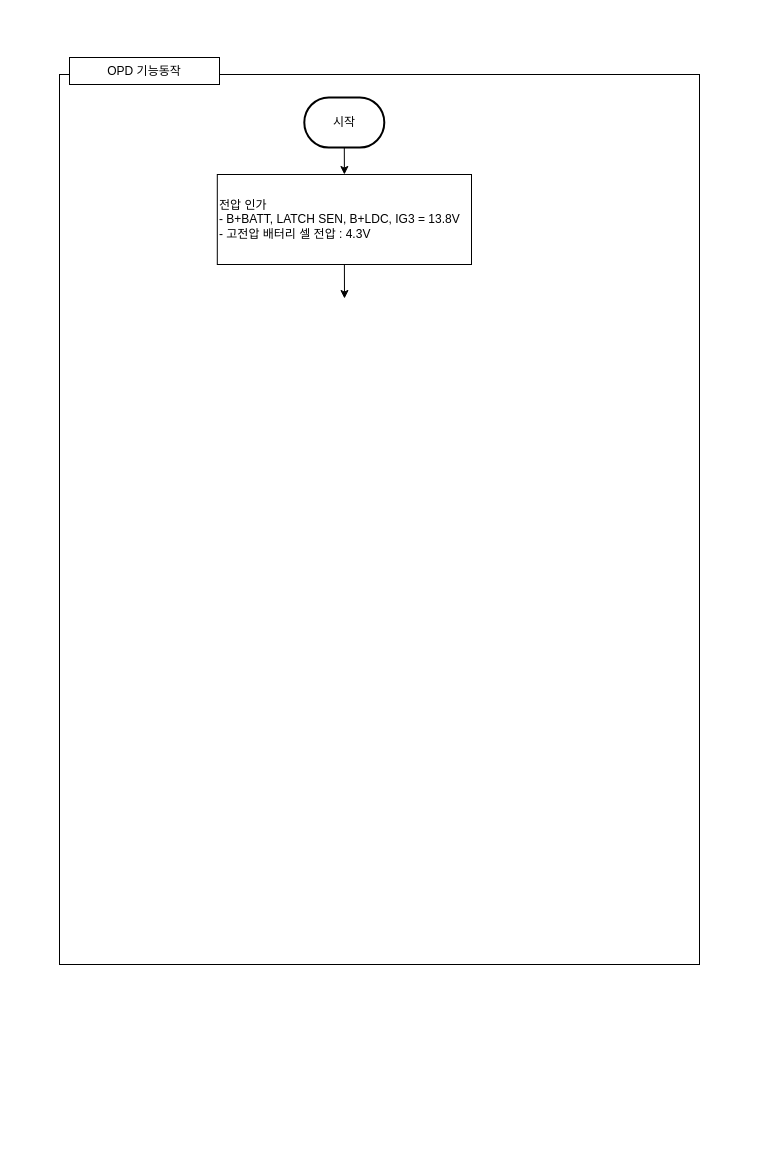
Above: OPD 기능동작.drawio in chaeyoonl/state-transition-diagram-test (draw.io), before the change. Source tidied: cells renumbered, new cells numbered last; positions are measured from the earlier drawing's top-left corner, leaving out a move shared by most shapes. Both pictures are drawn from the tidied source at 100%, with x=0, y=0 at pixel (59, 57).
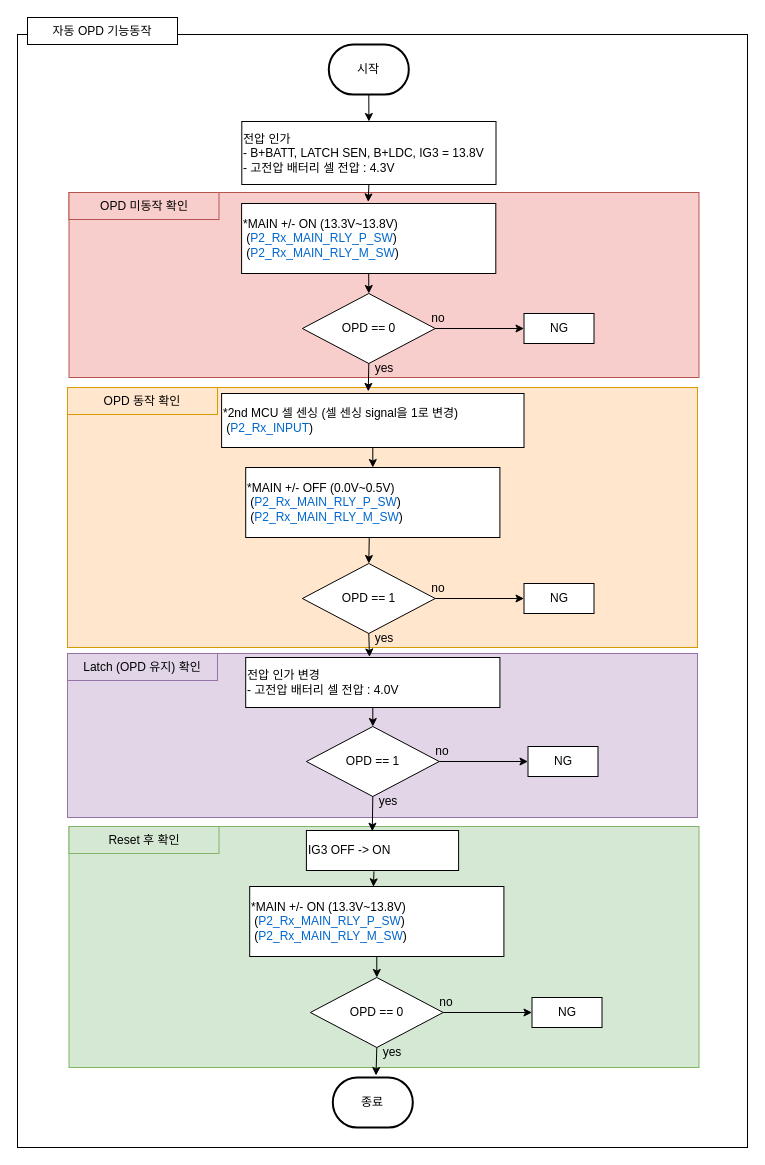
Above is the later version.

Commit message:
OPD 기능동작.drawio 업데이트

Change to the diagram source:
```diff
@@
     <mxCell id="2" style="rounded=0;whiteSpace=wrap;html=1;align=left;" parent="1" vertex="1">
-      <mxGeometry y="17" width="640" height="890" as="geometry" />
+      <mxGeometry x="-42" y="-23" width="730" height="1113" as="geometry" />
     </mxCell>
+    <mxCell id="7" value="자동 OPD 기능동작" style="rounded=0;whiteSpace=wrap;html=1;align=center;" parent="1" vertex="1">
+      <mxGeometry x="-32" y="-40" width="150" height="27" as="geometry" />
+    </mxCell>
+    <mxCell id="8" style="rounded=0;whiteSpace=wrap;html=1;align=left;fillColor=#ffe6cc;strokeColor=#d79b00;" parent="1" vertex="1">
+      <mxGeometry x="8" y="330" width="630" height="260" as="geometry" />
+    </mxCell>
+    <mxCell id="9" value="OPD 동작 확인" style="rounded=0;whiteSpace=wrap;html=1;align=center;fillColor=#ffe6cc;strokeColor=#d79b00;" parent="1" vertex="1">
+      <mxGeometry x="8" y="330" width="150" height="27" as="geometry" />
+    </mxCell>
+    <mxCell id="10" style="rounded=0;whiteSpace=wrap;html=1;align=left;fillColor=#f8cecc;strokeColor=#b85450;" parent="1" vertex="1">
+      <mxGeometry x="9.5" y="135" width="630" height="185" as="geometry" />
+    </mxCell>
+    <mxCell id="11" value="OPD 미동작 확인" style="rounded=0;whiteSpace=wrap;html=1;align=center;fillColor=#f8cecc;strokeColor=#b85450;" parent="1" vertex="1">
+      <mxGeometry x="9.5" y="135" width="150" height="27" as="geometry" />
+    </mxCell>
+    <mxCell id="12" style="rounded=0;whiteSpace=wrap;html=1;align=left;fillColor=#e1d5e7;strokeColor=#9673a6;" parent="1" vertex="1">
+      <mxGeometry x="8" y="596" width="630" height="164" as="geometry" />
+    </mxCell>
+    <mxCell id="13" value="Latch (OPD 유지) 확인" style="rounded=0;whiteSpace=wrap;html=1;align=center;fillColor=#e1d5e7;strokeColor=#9673a6;" parent="1" vertex="1">
+      <mxGeometry x="8" y="596" width="150" height="27" as="geometry" />
+    </mxCell>
     <mxCell id="3" value="시작" style="strokeWidth=2;html=1;shape=mxgraph.flowchart.terminator;whiteSpace=wrap;" parent="1" vertex="1">
-      <mxGeometry x="244.8" y="40" width="80" height="50" as="geometry" />
+      <mxGeometry x="269.3" y="-13" width="80" height="50" as="geometry" />
     </mxCell>
     <mxCell id="4" value="전압 인가&lt;br&gt;- B+BATT, LATCH SEN, B+LDC, IG3 = 13.8V&lt;br&gt;- 고전압 배터리 셀 전압 : 4.3V" style="rounded=0;whiteSpace=wrap;html=1;align=left;" parent="1" vertex="1">
-      <mxGeometry x="157.8" y="117" width="254.2" height="90" as="geometry" />
+      <mxGeometry x="182.3" y="64" width="254.2" height="63" as="geometry" />
     </mxCell>
@@
-    <mxCell id="6" style="endArrow=classic;html=1;rounded=0;exitX=0.5;exitY=1;exitDx=0;exitDy=0;" parent="1" edge="1" source="4">
-      <mxGeometry relative="1" as="geometry">
-        <mxPoint x="285" y="241" as="targetPoint" />
-      </mxGeometry>
+    <mxCell id="6" style="endArrow=classic;html=1;rounded=0;exitX=0.5;exitY=1;exitDx=0;exitDy=0;entryX=0.498;entryY=-0.023;entryDx=0;entryDy=0;entryPerimeter=0;" parent="1" edge="1" source="4" target="14">
+      <mxGeometry relative="1" as="geometry" />
     </mxCell>
-    <mxCell id="7" value="OPD 기능동작" style="rounded=0;whiteSpace=wrap;html=1;align=center;" parent="1" vertex="1">
-      <mxGeometry x="10" width="150" height="27" as="geometry" />
-    </mxCell>
+    <mxCell id="14" value="*MAIN +/- ON (13.3V~13.8V)&lt;br&gt;&lt;div&gt;&amp;nbsp;(&lt;font color=&quot;#0066cc&quot;&gt;P2_Rx_MAIN_RLY_P_SW&lt;/font&gt;)&lt;/div&gt;&lt;div&gt;&lt;span style=&quot;font-size: 12px;&quot;&gt;&amp;nbsp;(&lt;font color=&quot;#0066cc&quot;&gt;P2_Rx_MAIN_RLY_M_SW&lt;/font&gt;)&lt;/span&gt;&lt;/div&gt;" style="rounded=0;whiteSpace=wrap;html=1;align=left;" parent="1" vertex="1">
+      <mxGeometry x="182.1" y="146" width="254.2" height="70" as="geometry" />
+    </mxCell>
+    <mxCell id="15" value="OPD == 0" style="rhombus;whiteSpace=wrap;html=1;" parent="1" vertex="1">
+      <mxGeometry x="242.9" y="236" width="132.8" height="70" as="geometry" />
+    </mxCell>
+    <mxCell id="16" value="NG" style="rounded=0;whiteSpace=wrap;html=1;align=center;" parent="1" vertex="1">
+      <mxGeometry x="464.5" y="256" width="70" height="30" as="geometry" />
+    </mxCell>
+    <mxCell id="17" value="*2nd MCU 셀 센싱 (셀 센싱 signal을 1로 변경)&lt;br&gt;&amp;nbsp;(&lt;font color=&quot;#0066cc&quot;&gt;P2_Rx_INPUT&lt;/font&gt;)" style="rounded=0;whiteSpace=wrap;html=1;align=left;" parent="1" vertex="1">
+      <mxGeometry x="162.1" y="336" width="302.4" height="54" as="geometry" />
+    </mxCell>
+    <mxCell id="18" style="endArrow=classic;html=1;rounded=0;exitX=0.5;exitY=1;exitDx=0;exitDy=0;entryX=0.5;entryY=0;entryDx=0;entryDy=0;" parent="1" edge="1" source="14" target="15">
+      <mxGeometry relative="1" as="geometry" />
+    </mxCell>
+    <mxCell id="19" style="endArrow=classic;html=1;rounded=0;exitX=1;exitY=0.5;exitDx=0;exitDy=0;entryX=0;entryY=0.5;entryDx=0;entryDy=0;" parent="1" edge="1" source="15" target="16">
+      <mxGeometry relative="1" as="geometry" />
+    </mxCell>
+    <mxCell id="20" style="endArrow=classic;html=1;rounded=0;exitX=0.5;exitY=1;exitDx=0;exitDy=0;entryX=0.485;entryY=-0.039;entryDx=0;entryDy=0;entryPerimeter=0;" parent="1" edge="1" source="15" target="17">
+      <mxGeometry relative="1" as="geometry" />
+    </mxCell>
+    <mxCell id="21" value="no" style="text;html=1;strokeColor=none;fillColor=none;align=center;verticalAlign=middle;whiteSpace=wrap;rounded=0;" parent="1" vertex="1">
+      <mxGeometry x="349.3" y="246" width="60" height="30" as="geometry" />
+    </mxCell>
+    <mxCell id="22" value="yes" style="text;html=1;strokeColor=none;fillColor=none;align=center;verticalAlign=middle;whiteSpace=wrap;rounded=0;fontStyle=0;" parent="1" vertex="1">
+      <mxGeometry x="294.5" y="296" width="60" height="30" as="geometry" />
+    </mxCell>
+    <mxCell id="23" value="*MAIN +/- OFF (0.0V~0.5V)&lt;br&gt;&lt;div&gt;&amp;nbsp;(&lt;font color=&quot;#0066cc&quot;&gt;P2_Rx_MAIN_RLY_P_SW&lt;/font&gt;)&lt;/div&gt;&lt;div&gt;&lt;span style=&quot;font-size: 12px;&quot;&gt;&amp;nbsp;(&lt;font color=&quot;#0066cc&quot;&gt;P2_Rx_MAIN_RLY_M_SW&lt;/font&gt;)&lt;/span&gt;&lt;/div&gt;" style="rounded=0;whiteSpace=wrap;html=1;align=left;" parent="1" vertex="1">
+      <mxGeometry x="186.2" y="410" width="254.2" height="70" as="geometry" />
+    </mxCell>
+    <mxCell id="24" value="OPD == 1" style="rhombus;whiteSpace=wrap;html=1;" parent="1" vertex="1">
+      <mxGeometry x="242.9" y="506" width="132.8" height="70" as="geometry" />
+    </mxCell>
+    <mxCell id="25" value="NG" style="rounded=0;whiteSpace=wrap;html=1;align=center;" parent="1" vertex="1">
+      <mxGeometry x="464.5" y="526" width="70" height="30" as="geometry" />
+    </mxCell>
+    <mxCell id="26" style="endArrow=classic;html=1;rounded=0;exitX=1;exitY=0.5;exitDx=0;exitDy=0;entryX=0;entryY=0.5;entryDx=0;entryDy=0;" parent="1" edge="1" source="24" target="25">
+      <mxGeometry relative="1" as="geometry" />
+    </mxCell>
+    <mxCell id="27" style="endArrow=classic;html=1;rounded=0;exitX=0.5;exitY=1;exitDx=0;exitDy=0;entryX=0.487;entryY=-0.011;entryDx=0;entryDy=0;entryPerimeter=0;" parent="1" edge="1" source="24" target="34">
+      <mxGeometry relative="1" as="geometry" />
+    </mxCell>
+    <mxCell id="28" value="no" style="text;html=1;strokeColor=none;fillColor=none;align=center;verticalAlign=middle;whiteSpace=wrap;rounded=0;" parent="1" vertex="1">
+      <mxGeometry x="349.3" y="516" width="60" height="30" as="geometry" />
+    </mxCell>
+    <mxCell id="29" value="yes" style="text;html=1;strokeColor=none;fillColor=none;align=center;verticalAlign=middle;whiteSpace=wrap;rounded=0;fontStyle=0;" parent="1" vertex="1">
+      <mxGeometry x="294.5" y="566" width="60" height="30" as="geometry" />
+    </mxCell>
+    <mxCell id="30" style="endArrow=classic;html=1;rounded=0;exitX=0.5;exitY=1;exitDx=0;exitDy=0;entryX=0.5;entryY=0;entryDx=0;entryDy=0;" parent="1" edge="1" source="17" target="23">
+      <mxGeometry relative="1" as="geometry" />
+    </mxCell>
+    <mxCell id="31" style="endArrow=classic;html=1;rounded=0;exitX=0.486;exitY=1.007;exitDx=0;exitDy=0;entryX=0.5;entryY=0;entryDx=0;entryDy=0;exitPerimeter=0;" parent="1" edge="1" source="23" target="24">
+      <mxGeometry relative="1" as="geometry" />
+    </mxCell>
+    <mxCell id="32" style="rounded=0;whiteSpace=wrap;html=1;align=left;fillColor=#d5e8d4;strokeColor=#82b366;" parent="1" vertex="1">
+      <mxGeometry x="9.5" y="769" width="630" height="241" as="geometry" />
+    </mxCell>
+    <mxCell id="33" value="Reset 후 확인" style="rounded=0;whiteSpace=wrap;html=1;align=center;fillColor=#d5e8d4;strokeColor=#82b366;" parent="1" vertex="1">
+      <mxGeometry x="9.5" y="769" width="150" height="27" as="geometry" />
+    </mxCell>
+    <mxCell id="34" value="전압 인가 변경&lt;br&gt;- 고전압 배터리 셀 전압 : 4.0V" style="rounded=0;whiteSpace=wrap;html=1;align=left;" parent="1" vertex="1">
+      <mxGeometry x="186.2" y="600" width="254.2" height="50" as="geometry" />
+    </mxCell>
+    <mxCell id="35" value="OPD == 1" style="rhombus;whiteSpace=wrap;html=1;" parent="1" vertex="1">
+      <mxGeometry x="246.9" y="669" width="132.8" height="70" as="geometry" />
+    </mxCell>
+    <mxCell id="36" value="NG" style="rounded=0;whiteSpace=wrap;html=1;align=center;" parent="1" vertex="1">
+      <mxGeometry x="468.5" y="689" width="70" height="30" as="geometry" />
+    </mxCell>
+    <mxCell id="37" style="endArrow=classic;html=1;rounded=0;exitX=1;exitY=0.5;exitDx=0;exitDy=0;entryX=0;entryY=0.5;entryDx=0;entryDy=0;" parent="1" edge="1" source="35" target="36">
+      <mxGeometry relative="1" as="geometry" />
+    </mxCell>
+    <mxCell id="38" style="endArrow=classic;html=1;rounded=0;exitX=0.5;exitY=1;exitDx=0;exitDy=0;entryX=0.433;entryY=0.019;entryDx=0;entryDy=0;entryPerimeter=0;" parent="1" edge="1" source="35" target="41">
+      <mxGeometry relative="1" as="geometry" />
+    </mxCell>
+    <mxCell id="39" value="no" style="text;html=1;strokeColor=none;fillColor=none;align=center;verticalAlign=middle;whiteSpace=wrap;rounded=0;" parent="1" vertex="1">
+      <mxGeometry x="353.3" y="679" width="60" height="30" as="geometry" />
+    </mxCell>
+    <mxCell id="40" value="yes" style="text;html=1;strokeColor=none;fillColor=none;align=center;verticalAlign=middle;whiteSpace=wrap;rounded=0;fontStyle=0;" parent="1" vertex="1">
+      <mxGeometry x="298.5" y="729" width="60" height="30" as="geometry" />
+    </mxCell>
+    <mxCell id="41" value="IG3 OFF -&amp;gt; ON" style="rounded=0;whiteSpace=wrap;html=1;align=left;" parent="1" vertex="1">
+      <mxGeometry x="246.9" y="773" width="152.2" height="40" as="geometry" />
+    </mxCell>
+    <mxCell id="42" value="*MAIN +/- ON (13.3V~13.8V)&lt;br&gt;&lt;div&gt;&amp;nbsp;(&lt;font color=&quot;#0066cc&quot;&gt;P2_Rx_MAIN_RLY_P_SW&lt;/font&gt;)&lt;/div&gt;&lt;div&gt;&lt;span style=&quot;font-size: 12px;&quot;&gt;&amp;nbsp;(&lt;font color=&quot;#0066cc&quot;&gt;P2_Rx_MAIN_RLY_M_SW&lt;/font&gt;)&lt;/span&gt;&lt;/div&gt;" style="rounded=0;whiteSpace=wrap;html=1;align=left;" parent="1" vertex="1">
+      <mxGeometry x="190.2" y="829" width="254.2" height="70" as="geometry" />
+    </mxCell>
+    <mxCell id="43" value="OPD == 0" style="rhombus;whiteSpace=wrap;html=1;" parent="1" vertex="1">
+      <mxGeometry x="250.9" y="920" width="132.8" height="70" as="geometry" />
+    </mxCell>
+    <mxCell id="44" value="NG" style="rounded=0;whiteSpace=wrap;html=1;align=center;" parent="1" vertex="1">
+      <mxGeometry x="472.5" y="940" width="70" height="30" as="geometry" />
+    </mxCell>
+    <mxCell id="45" style="endArrow=classic;html=1;rounded=0;exitX=1;exitY=0.5;exitDx=0;exitDy=0;entryX=0;entryY=0.5;entryDx=0;entryDy=0;" parent="1" edge="1" source="43" target="44">
+      <mxGeometry relative="1" as="geometry" />
+    </mxCell>
+    <mxCell id="46" style="endArrow=classic;html=1;rounded=0;exitX=0.5;exitY=1;exitDx=0;exitDy=0;entryX=0.54;entryY=-0.04;entryDx=0;entryDy=0;entryPerimeter=0;" parent="1" edge="1" source="43" target="49">
+      <mxGeometry relative="1" as="geometry" />
+    </mxCell>
+    <mxCell id="47" value="no" style="text;html=1;strokeColor=none;fillColor=none;align=center;verticalAlign=middle;whiteSpace=wrap;rounded=0;" parent="1" vertex="1">
+      <mxGeometry x="357.3" y="930" width="60" height="30" as="geometry" />
+    </mxCell>
+    <mxCell id="48" value="yes" style="text;html=1;strokeColor=none;fillColor=none;align=center;verticalAlign=middle;whiteSpace=wrap;rounded=0;fontStyle=0;" parent="1" vertex="1">
+      <mxGeometry x="302.5" y="980" width="60" height="30" as="geometry" />
+    </mxCell>
+    <mxCell id="49" value="종료" style="strokeWidth=2;html=1;shape=mxgraph.flowchart.terminator;whiteSpace=wrap;" parent="1" vertex="1">
+      <mxGeometry x="273.3" y="1020" width="80" height="50" as="geometry" />
+    </mxCell>
+    <mxCell id="50" style="endArrow=classic;html=1;rounded=0;exitX=0.5;exitY=1;exitDx=0;exitDy=0;entryX=0.5;entryY=0;entryDx=0;entryDy=0;" parent="1" edge="1" source="34" target="35">
+      <mxGeometry relative="1" as="geometry" />
+    </mxCell>
+    <mxCell id="51" style="endArrow=classic;html=1;rounded=0;exitX=0.444;exitY=1.023;exitDx=0;exitDy=0;entryX=0.522;entryY=0.004;entryDx=0;entryDy=0;entryPerimeter=0;exitPerimeter=0;" parent="1" edge="1" source="41">
+      <mxGeometry relative="1" as="geometry">
+        <mxPoint x="313.9" y="829.3" as="targetPoint" />
+      </mxGeometry>
+    </mxCell>
+    <mxCell id="52" style="endArrow=classic;html=1;rounded=0;exitX=0.5;exitY=1;exitDx=0;exitDy=0;entryX=0.5;entryY=0;entryDx=0;entryDy=0;" parent="1" edge="1" source="42" target="43">
+      <mxGeometry relative="1" as="geometry" />
+    </mxCell>
```
